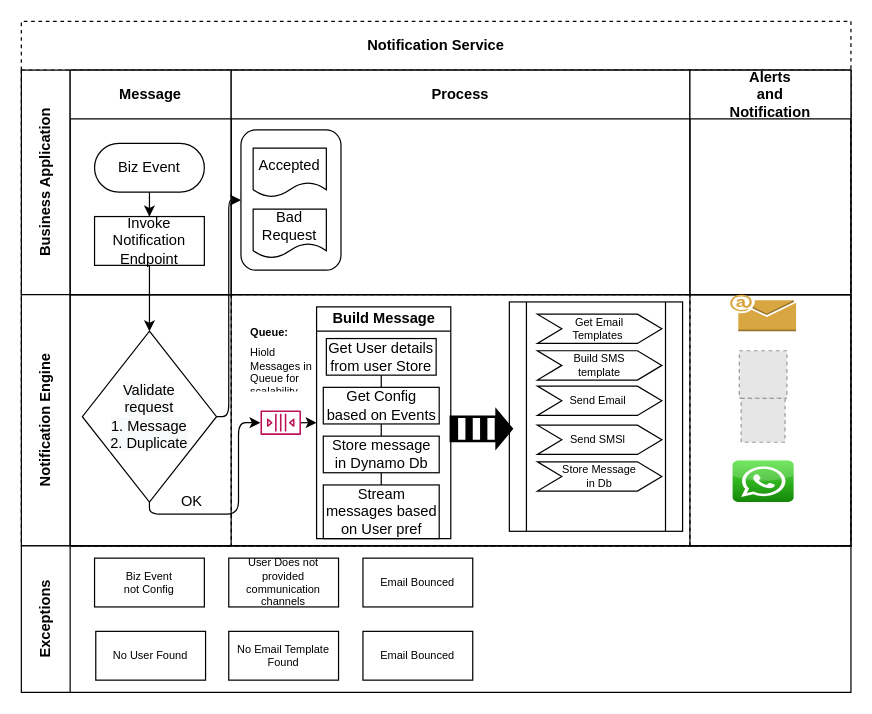
Earlier version of the draw.io diagram Untitled Diagram.drawio (RahulFreeCoder/medical-house). Source tidied: cells renumbered, new cells numbered last; positions are measured from the earlier drawing's top-left corner, leaving out a move shared by most shapes. Both pictures are drawn from the tidied source at 122%, with x=0, y=0 at pixel (21, 21). Pictures stored in the file or linked from it are replaced by grey dashed boxes.
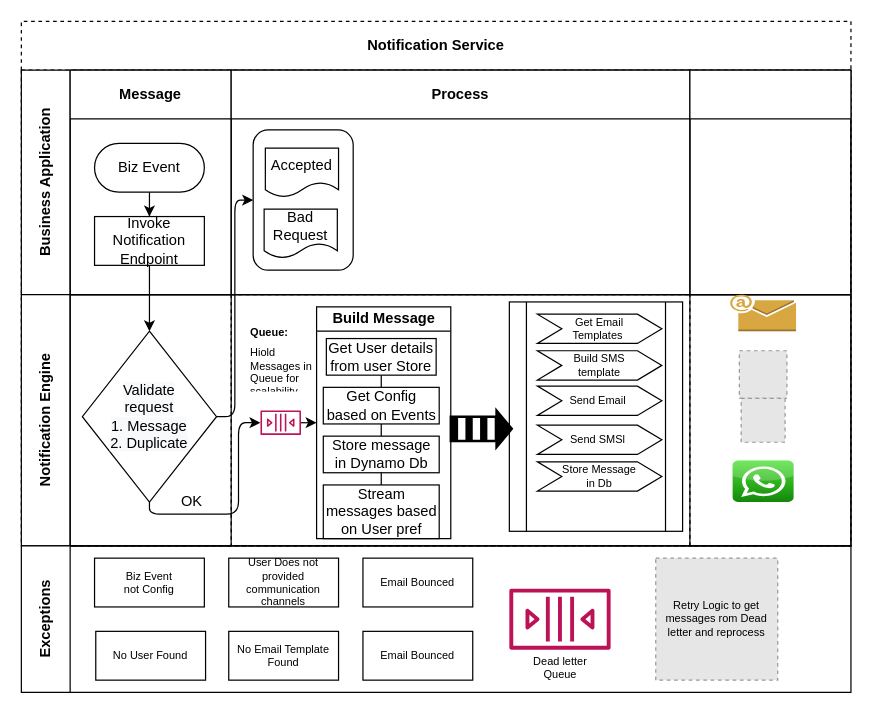
The same page after the edit.

Commit message:
Retry logic

The change refers to these unchanged cells:
```xml
<mxCell id="4" value="Business Application" style="swimlane;horizontal=0;startSize=40;html=1;whiteSpace=wrap;" parent="2" vertex="1">
  <mxGeometry y="40" width="680" height="184" as="geometry" />
</mxCell>
<mxCell id="9" value="Process" style="swimlane;startSize=40;html=1;whiteSpace=wrap;" parent="4" vertex="1">
  <mxGeometry x="172" width="376" height="184" as="geometry" />
</mxCell>
<mxCell id="45" value="Exceptions" style="swimlane;horizontal=0;startSize=40;html=1;whiteSpace=wrap;" parent="1" vertex="1">
  <mxGeometry y="430" width="680" height="120" as="geometry" />
</mxCell>
```

Diff of the diagram source:
```diff
@@
     <mxCell id="10" style="rounded=1;whiteSpace=wrap;html=1;glass=0;" parent="9" vertex="1">
-      <mxGeometry x="8" y="49" width="82" height="115" as="geometry" />
+      <mxGeometry x="18" y="49" width="82" height="115" as="geometry" />
     </mxCell>
     <mxCell id="11" value="Accepted" style="shape=document;whiteSpace=wrap;html=1;boundedLbl=1;" parent="9" vertex="1">
-      <mxGeometry x="18" y="64" width="60" height="40" as="geometry" />
+      <mxGeometry x="28" y="64" width="60" height="40" as="geometry" />
     </mxCell>
     <mxCell id="12" value="Bad Request" style="shape=document;whiteSpace=wrap;html=1;boundedLbl=1;" parent="9" vertex="1">
-      <mxGeometry x="18" y="114" width="60" height="40" as="geometry" />
+      <mxGeometry x="27" y="114" width="60" height="40" as="geometry" />
     </mxCell>
@@
-    <mxCell id="14" value="Alerts &lt;br&gt;and &lt;br&gt;Notification" style="swimlane;startSize=40;html=1;whiteSpace=wrap;" parent="4" vertex="1">
+    <mxCell id="14" style="swimlane;startSize=40;html=1;whiteSpace=wrap;" parent="4" vertex="1">
       <mxGeometry x="548" width="132" height="184" as="geometry" />
     </mxCell>
@@
+    <mxCell id="52" style="fontColor=#232F3E;gradientColor=none;fillColor=#BC1356;strokeColor=none;dashed=0;verticalLabelPosition=bottom;verticalAlign=top;align=center;html=1;fontSize=12;fontStyle=0;shape=mxgraph.aws4.queue;glass=0;" parent="45" vertex="1">
+      <mxGeometry x="400" y="35" width="83" height="50" as="geometry" />
+    </mxCell>
+    <mxCell id="53" value="Dead letter Queue" style="text;html=1;strokeColor=none;fillColor=none;align=center;verticalAlign=middle;whiteSpace=wrap;rounded=0;glass=0;fontSize=9;" parent="45" vertex="1">
+      <mxGeometry x="411.5" y="90" width="60" height="20" as="geometry" />
+    </mxCell>
+    <mxCell id="54" style="fillColor=#E6E6E6;strokeColor=#999999;dashed=1;html=1;verticalAlign=top;verticalLabelPosition=bottom;labelBackgroundColor=#ffffff;fontSize=9;" parent="45" vertex="1">
+      <mxGeometry x="520" y="10" width="100" height="100" as="geometry" />
+    </mxCell>
+    <mxCell id="55" value="Retry Logic to get messages rom Dead letter and reprocess" style="text;html=1;strokeColor=none;fillColor=none;align=center;verticalAlign=middle;whiteSpace=wrap;rounded=0;glass=0;fontSize=9;" parent="45" vertex="1">
+      <mxGeometry x="525" y="50" width="90" height="20" as="geometry" />
+    </mxCell>
```
